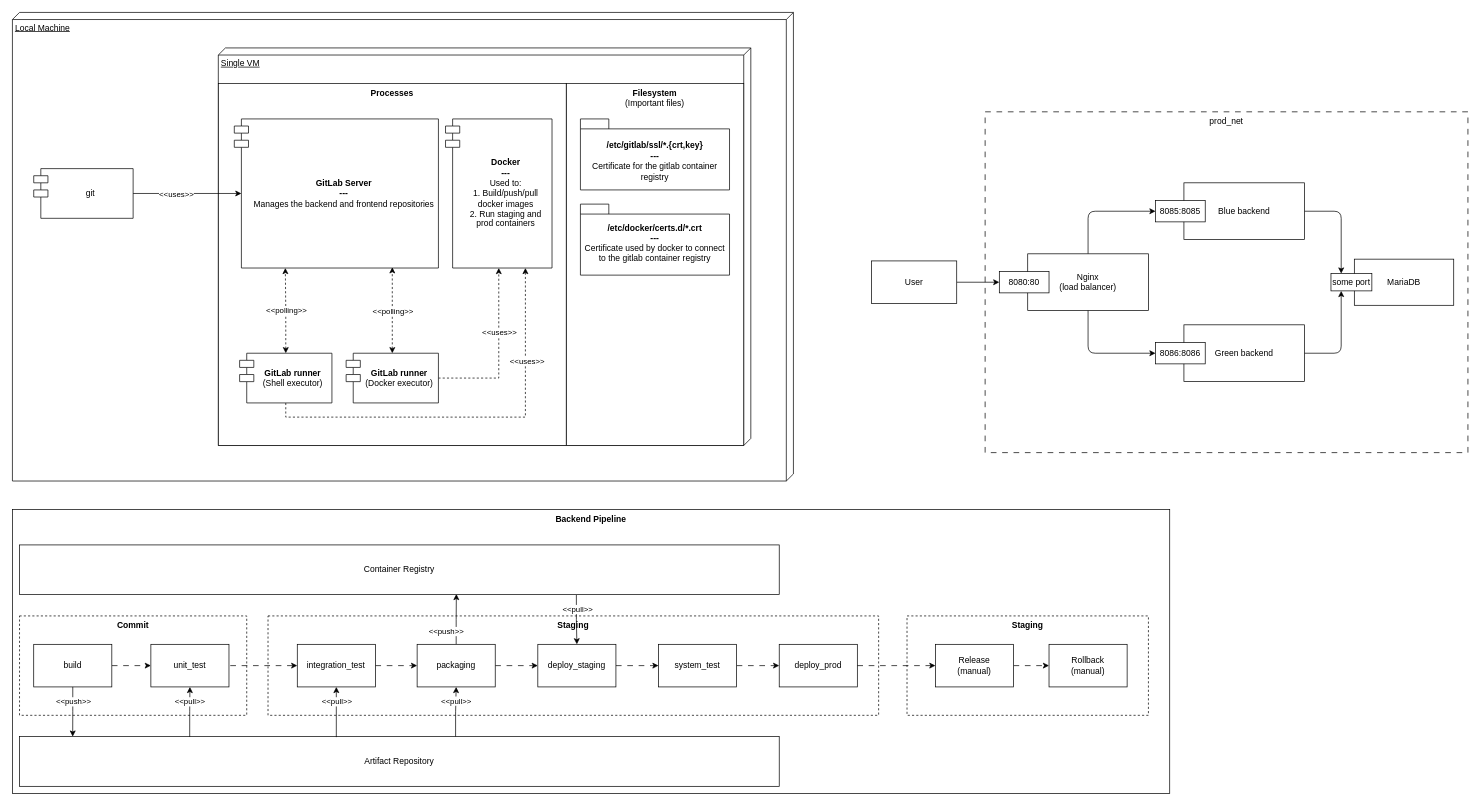
giusgal/devops-e4l keeps this draw.io diagram as devops_architecture.drawio. Above is the earlier version. Source tidied: cells renumbered, new cells numbered last; positions are measured from the earlier drawing's top-left corner, leaving out a move shared by most shapes. Both pictures are drawn from the tidied source at 71%, with x=0, y=0 at pixel (12, 12).
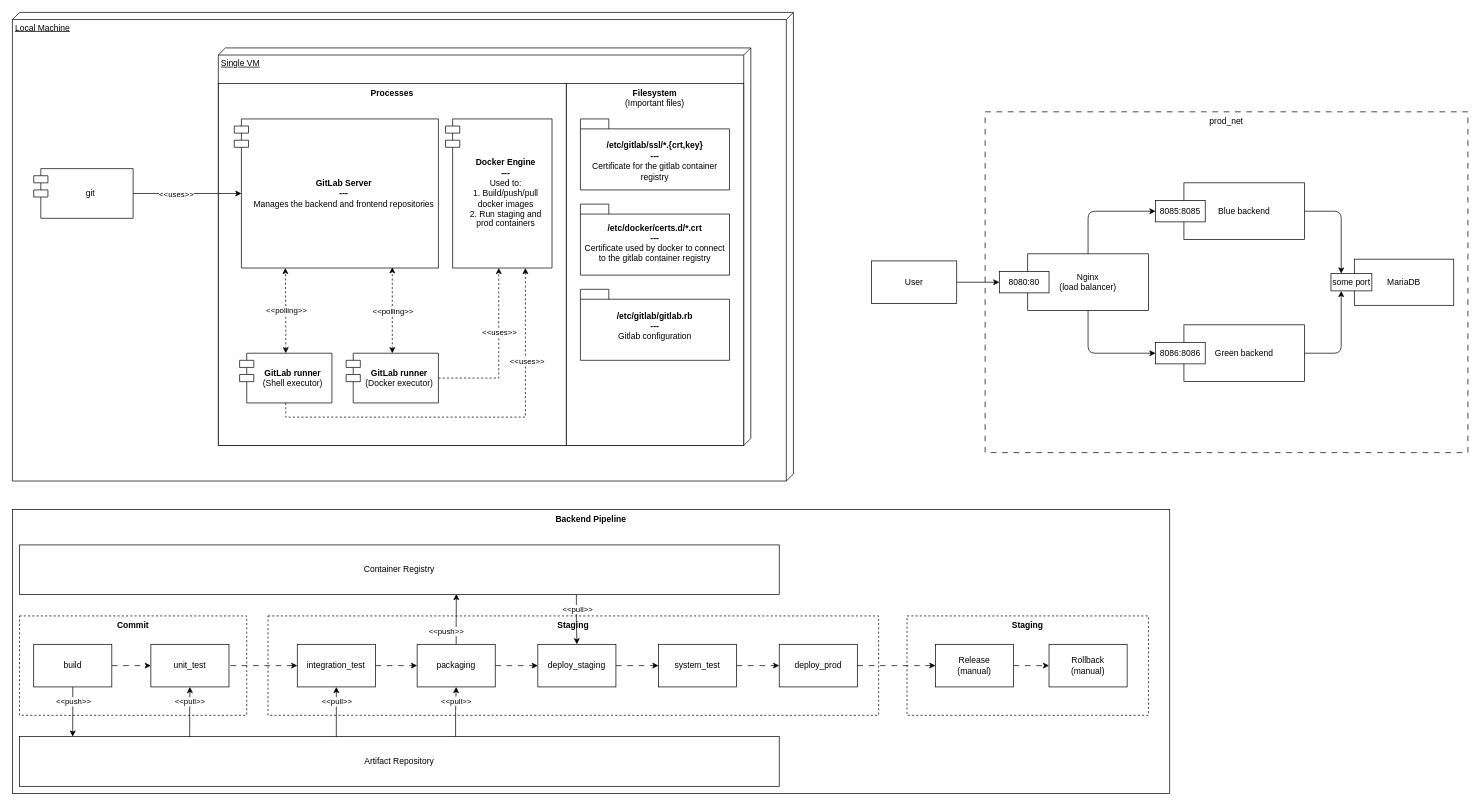
After the change.

Diff of the diagram source:
```diff
@@
-    <mxCell id="9" value="&lt;b&gt;Docker&lt;/b&gt;&lt;div&gt;&lt;b&gt;---&lt;/b&gt;&lt;/div&gt;&lt;div&gt;Used to:&lt;/div&gt;&lt;div&gt;1. Build/push/pull docker images&lt;/div&gt;&lt;div&gt;2. Run staging and prod containers&lt;/div&gt;" style="shape=module;align=left;spacingLeft=20;align=center;verticalAlign=middle;whiteSpace=wrap;html=1;rounded=0;" parent="1" vertex="1">
+    <mxCell id="9" value="&lt;b&gt;Docker Engine&lt;/b&gt;&lt;div&gt;&lt;b&gt;---&lt;/b&gt;&lt;/div&gt;&lt;div&gt;Used to:&lt;/div&gt;&lt;div&gt;1. Build/push/pull docker images&lt;/div&gt;&lt;div&gt;2. Run staging and prod containers&lt;/div&gt;" style="shape=module;align=left;spacingLeft=20;align=center;verticalAlign=middle;whiteSpace=wrap;html=1;rounded=0;" parent="1" vertex="1">
       <mxGeometry x="610" y="150" width="150" height="210" as="geometry" />
     </mxCell>
@@
+    <mxCell id="81" value="&lt;div&gt;&lt;br&gt;&lt;/div&gt;&lt;div&gt;/etc/gitlab/gitlab.rb&lt;/div&gt;&lt;div&gt;&lt;span style=&quot;background-color: transparent; color: light-dark(rgb(0, 0, 0), rgb(255, 255, 255));&quot;&gt;---&lt;/span&gt;&lt;/div&gt;&lt;div&gt;&lt;span style=&quot;font-weight: 400;&quot;&gt;Gitlab configuration&lt;/span&gt;&lt;/div&gt;" style="shape=folder;fontStyle=1;spacingTop=10;tabWidth=40;tabHeight=14;tabPosition=left;html=1;whiteSpace=wrap;verticalAlign=top;rounded=0;" parent="1" vertex="1">
+      <mxGeometry x="800" y="390" width="210" height="100" as="geometry" />
+    </mxCell>
```
